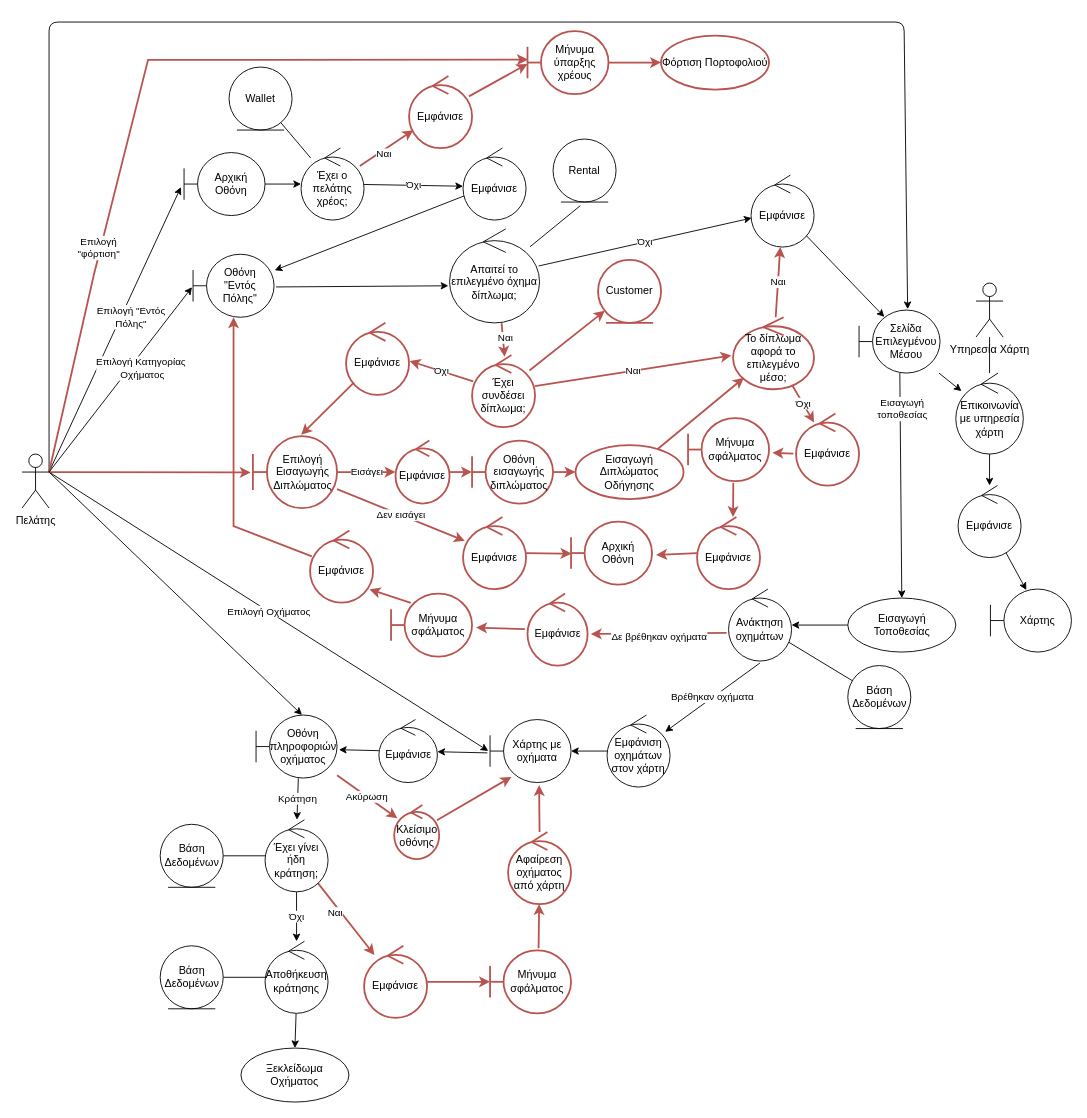
Earlier version of the draw.io diagram Part_4/Robustness/diagrams/01_Επιλογή_Μέσου_Μετακίνησης.drawio (Nikolis2002/texnoligia_logismikou). Source tidied: cells renumbered, new cells numbered last; positions are measured from the earlier drawing's top-left corner, leaving out a move shared by most shapes. Both pictures are drawn from the tidied source at 90%, with x=0, y=0 at pixel (22, 22).
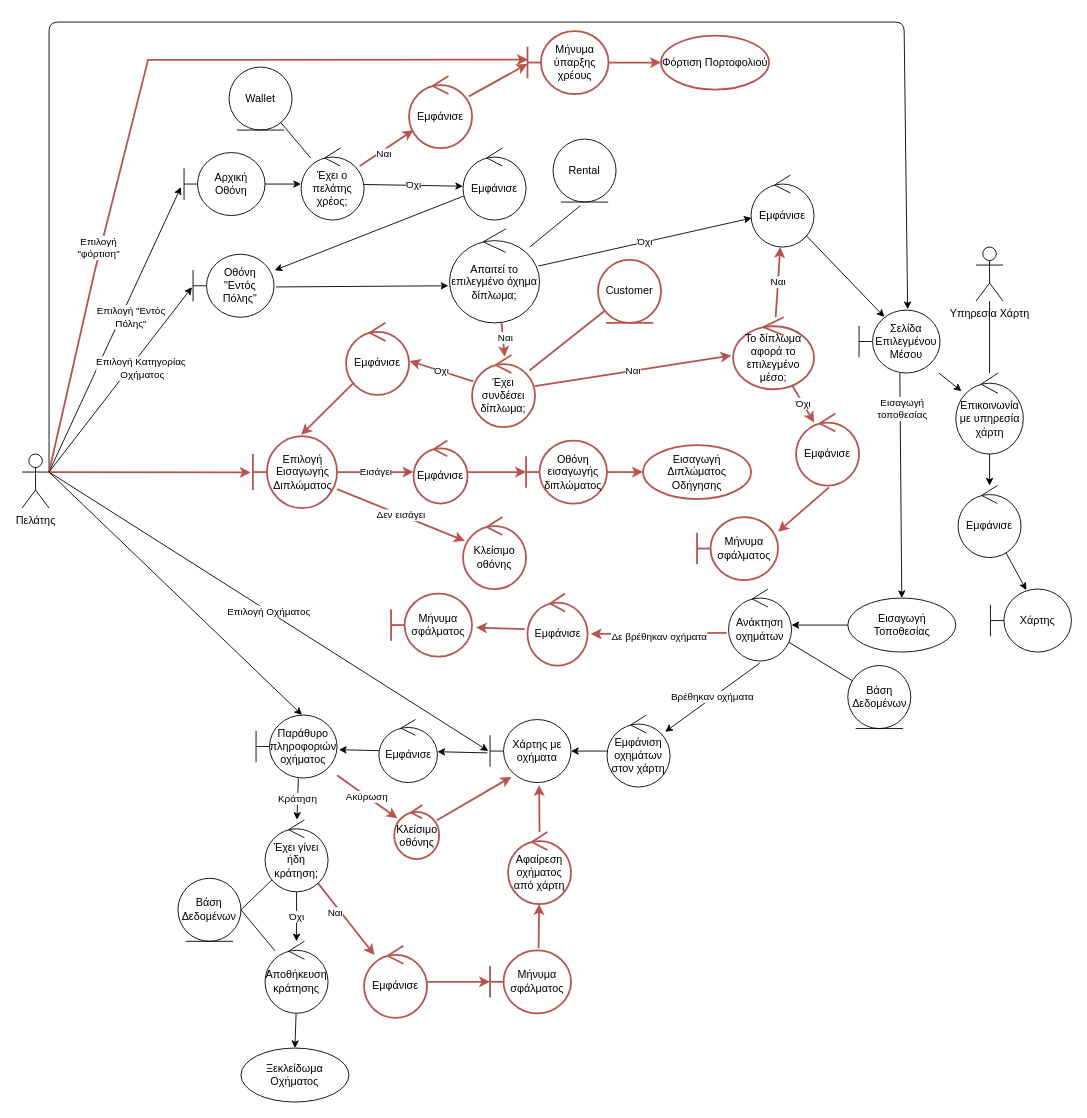
After the change.

The change refers to these unchanged cells:
```xml
<mxCell id="24" value="Οθόνη &quot;Εντός Πόλης&quot;" style="shape=umlBoundary;whiteSpace=wrap;html=1;" parent="1" vertex="1">
  <mxGeometry x="190" y="258" width="90" height="70" as="geometry" />
</mxCell>
<mxCell id="51" value="Έχει γίνει ήδη κράτηση;" style="ellipse;shape=umlControl;whiteSpace=wrap;html=1;" parent="1" vertex="1">
  <mxGeometry x="270" y="886.4" width="70" height="80" as="geometry" />
</mxCell>
<mxCell id="55" value="Αποθήκευση κράτησης" style="ellipse;shape=umlControl;whiteSpace=wrap;html=1;" parent="1" vertex="1">
  <mxGeometry x="270" y="1021.4" width="70" height="80" as="geometry" />
</mxCell>
<mxCell id="71" value="Έχει συνδέσει δίπλωμα;" style="ellipse;shape=umlControl;whiteSpace=wrap;html=1;fillColor=none;strokeColor=#b85450;strokeWidth=2;" parent="1" vertex="1">
  <mxGeometry x="500" y="370" width="70" height="80" as="geometry" />
</mxCell>
<mxCell id="72" value="Customer" style="ellipse;shape=umlEntity;whiteSpace=wrap;html=1;fillColor=none;strokeColor=#b85450;strokeWidth=2;" parent="1" vertex="1">
  <mxGeometry x="640" y="264.2" width="70" height="70" as="geometry" />
</mxCell>
<mxCell id="75" value="Το δίπλωμα αφορά το επιλεγμένο μέσο;" style="ellipse;shape=umlControl;whiteSpace=wrap;html=1;fillColor=none;strokeColor=#b85450;strokeWidth=2;" parent="1" vertex="1">
  <mxGeometry x="790" y="328" width="90" height="80" as="geometry" />
</mxCell>
<mxCell id="86" value="Εμφάνισε" style="ellipse;shape=umlControl;whiteSpace=wrap;html=1;fillColor=none;strokeColor=#b85450;strokeWidth=2;" parent="1" vertex="1">
  <mxGeometry x="860" y="435" width="70" height="80" as="geometry" />
</mxCell>
<mxCell id="104" value="Μήνυμα σφάλματος" style="shape=umlBoundary;whiteSpace=wrap;html=1;fillColor=none;strokeColor=#b85450;strokeWidth=2;" parent="1" vertex="1">
  <mxGeometry x="410" y="635" width="90" height="70" as="geometry" />
</mxCell>
```

Change to the diagram source:
```diff
@@
-    <mxCell id="45" value="Οθόνη πληροφοριών οχήματος" style="shape=umlBoundary;whiteSpace=wrap;html=1;" parent="1" vertex="1">
+    <mxCell id="45" value="Παράθυρο πληροφοριών οχήματος" style="shape=umlBoundary;whiteSpace=wrap;html=1;" parent="1" vertex="1">
       <mxGeometry x="260" y="770" width="90" height="70" as="geometry" />
     </mxCell>
@@
-    <mxCell id="47" style="edgeStyle=none;rounded=0;jettySize=auto;html=1;endArrow=none;endFill=0;" parent="1" edge="1" source="51" target="52">
+    <mxCell id="47" style="edgeStyle=none;rounded=0;jettySize=auto;html=1;endArrow=none;endFill=0;entryX=1;entryY=0.5;entryDx=0;entryDy=0;" parent="1" edge="1" source="51" target="52">
       <mxGeometry relative="1" as="geometry" />
     </mxCell>
@@
     <mxCell id="52" value="Βάση Δεδομένων" style="ellipse;shape=umlEntity;whiteSpace=wrap;html=1;" parent="1" vertex="1">
-      <mxGeometry x="153.5" y="891.4" width="70" height="70" as="geometry" />
+      <mxGeometry x="173.2" y="951.4" width="70" height="70" as="geometry" />
     </mxCell>
-    <mxCell id="53" style="edgeStyle=none;html=1;endArrow=none;endFill=0;" parent="1" edge="1" source="55" target="56">
-      <mxGeometry relative="1" as="geometry" />
-    </mxCell>
@@
+    <mxCell id="117" style="edgeStyle=none;html=1;entryX=1;entryY=0.5;entryDx=0;entryDy=0;endArrow=none;endFill=0;" parent="1" edge="1" source="55" target="52">
+      <mxGeometry relative="1" as="geometry" />
+    </mxCell>
@@
-    <mxCell id="56" value="Βάση Δεδομένων" style="ellipse;shape=umlEntity;whiteSpace=wrap;html=1;" parent="1" vertex="1">
-      <mxGeometry x="153.5" y="1026.4" width="70" height="70" as="geometry" />
-    </mxCell>
@@
-    <mxCell id="68" style="edgeStyle=none;html=1;rounded=0;strokeColor=#b85450;fillColor=#f8cecc;strokeWidth=2;" parent="1" edge="1" source="71" target="72">
+    <mxCell id="68" style="edgeStyle=none;html=1;rounded=0;strokeColor=#b85450;fillColor=#f8cecc;strokeWidth=2;endArrow=none;endFill=0;" parent="1" edge="1" source="71" target="72">
       <mxGeometry relative="1" as="geometry" />
     </mxCell>
@@
-    <mxCell id="81" style="edgeStyle=none;html=1;rounded=0;strokeColor=#b85450;fillColor=#f8cecc;strokeWidth=2;" parent="1" edge="1" source="82" target="75">
-      <mxGeometry relative="1" as="geometry" />
-    </mxCell>
     <mxCell id="82" value="Εισαγωγή Διπλώματος Οδήγησης" style="ellipse;whiteSpace=wrap;html=1;fillColor=none;strokeColor=#b85450;strokeWidth=2;" parent="1" vertex="1">
-      <mxGeometry x="615" y="470" width="120" height="60" as="geometry" />
+      <mxGeometry x="690" y="470" width="120" height="60" as="geometry" />
     </mxCell>
-    <mxCell id="83" style="edgeStyle=none;html=1;entryX=0.005;entryY=0.509;entryDx=0;entryDy=0;entryPerimeter=0;rounded=0;strokeColor=#b85450;fillColor=#f8cecc;strokeWidth=2;" parent="1" edge="1" source="84" target="85">
-      <mxGeometry relative="1" as="geometry" />
-    </mxCell>
-    <mxCell id="84" value="Εμφάνισε" style="ellipse;shape=umlControl;whiteSpace=wrap;html=1;fillColor=none;strokeColor=#b85450;strokeWidth=2;" parent="1" vertex="1">
+    <mxCell id="84" value="Κλείσιμο οθόνης" style="ellipse;shape=umlControl;whiteSpace=wrap;html=1;fillColor=none;strokeColor=#b85450;strokeWidth=2;" parent="1" vertex="1">
       <mxGeometry x="490" y="550" width="70" height="80" as="geometry" />
     </mxCell>
-    <mxCell id="85" value="Αρχική Οθόνη" style="shape=umlBoundary;whiteSpace=wrap;html=1;fillColor=none;strokeColor=#b85450;strokeWidth=2;" parent="1" vertex="1">
-      <mxGeometry x="610" y="555" width="90" height="70" as="geometry" />
-    </mxCell>
@@
-    <mxCell id="87" style="edgeStyle=none;html=1;rounded=0;strokeColor=#b85450;fillColor=#f8cecc;strokeWidth=2;exitX=0.029;exitY=0.358;exitDx=0;exitDy=0;exitPerimeter=0;" parent="1" edge="1" source="105" target="24">
-      <mxGeometry relative="1" as="geometry">
-        <Array as="points">
-          <mxPoint x="235" y="560" />
-          <mxPoint x="235" y="450" />
-        </Array>
-      </mxGeometry>
-    </mxCell>
@@
     <mxCell id="98" value="Υπηρεσία Χάρτη" style="shape=umlActor;verticalLabelPosition=bottom;verticalAlign=top;html=1;" parent="1" vertex="1">
-      <mxGeometry x="1060" y="290" width="30" height="60" as="geometry" />
+      <mxGeometry x="1060" y="250" width="30" height="60" as="geometry" />
     </mxCell>
     <mxCell id="99" value="Μήνυμα σφάλματος" style="shape=umlBoundary;whiteSpace=wrap;html=1;fillColor=none;strokeColor=#b85450;strokeWidth=2;" parent="1" vertex="1">
-      <mxGeometry x="740" y="440" width="90" height="70" as="geometry" />
+      <mxGeometry x="750" y="550" width="90" height="70" as="geometry" />
     </mxCell>
-    <mxCell id="100" style="edgeStyle=none;html=1;rounded=0;strokeColor=#b85450;fillColor=#f8cecc;strokeWidth=2;exitX=-0.043;exitY=0.556;exitDx=0;exitDy=0;exitPerimeter=0;entryX=1.041;entryY=0.552;entryDx=0;entryDy=0;entryPerimeter=0;" parent="1" edge="1" source="86" target="99">
+    <mxCell id="100" style="edgeStyle=none;html=1;rounded=0;strokeColor=#b85450;fillColor=#f8cecc;strokeWidth=2;exitX=0.523;exitY=1.026;exitDx=0;exitDy=0;exitPerimeter=0;entryX=0.999;entryY=0.234;entryDx=0;entryDy=0;entryPerimeter=0;" parent="1" edge="1" source="86" target="99">
       <mxGeometry relative="1" as="geometry" />
     </mxCell>
-    <mxCell id="101" value="Εμφάνισε" style="ellipse;shape=umlControl;whiteSpace=wrap;html=1;fillColor=none;strokeColor=#b85450;strokeWidth=2;" parent="1" vertex="1">
-      <mxGeometry x="750" y="550" width="70" height="80" as="geometry" />
-    </mxCell>
-    <mxCell id="102" style="edgeStyle=none;html=1;rounded=0;strokeColor=#b85450;fillColor=#f8cecc;strokeWidth=2;exitX=0.559;exitY=1.029;exitDx=0;exitDy=0;exitPerimeter=0;entryX=0.571;entryY=0;entryDx=0;entryDy=0;entryPerimeter=0;" parent="1" edge="1" source="99" target="101">
-      <mxGeometry relative="1" as="geometry" />
-    </mxCell>
-    <mxCell id="103" style="edgeStyle=none;html=1;rounded=0;strokeColor=#b85450;fillColor=#f8cecc;strokeWidth=2;exitX=0;exitY=0.5;exitDx=0;exitDy=0;exitPerimeter=0;entryX=1.05;entryY=0.529;entryDx=0;entryDy=0;entryPerimeter=0;" parent="1" edge="1" source="101" target="85">
-      <mxGeometry relative="1" as="geometry" />
-    </mxCell>
@@
-    <mxCell id="105" value="Εμφάνισε" style="ellipse;shape=umlControl;whiteSpace=wrap;html=1;fillColor=none;strokeColor=#b85450;strokeWidth=2;" parent="1" vertex="1">
-      <mxGeometry x="320" y="565" width="70" height="80" as="geometry" />
-    </mxCell>
@@
-    <mxCell id="107" style="edgeStyle=none;html=1;rounded=0;strokeColor=#b85450;fillColor=#f8cecc;strokeWidth=2;entryX=0.945;entryY=0.817;entryDx=0;entryDy=0;entryPerimeter=0;exitX=0.244;exitY=0.148;exitDx=0;exitDy=0;exitPerimeter=0;" parent="1" edge="1" source="104" target="105">
-      <mxGeometry relative="1" as="geometry" />
-    </mxCell>
@@
     <mxCell id="110" value="Εμφάνισε" style="ellipse;shape=umlControl;whiteSpace=wrap;html=1;fillColor=none;strokeColor=#b85450;strokeWidth=2;" parent="1" vertex="1">
-      <mxGeometry x="415" y="465" width="60" height="70" as="geometry" />
+      <mxGeometry x="435" y="465" width="60" height="70" as="geometry" />
     </mxCell>
@@
     <mxCell id="112" value="Οθόνη εισαγωγής διπλώματος" style="shape=umlBoundary;whiteSpace=wrap;html=1;fillColor=none;strokeColor=#b85450;strokeWidth=2;" parent="1" vertex="1">
-      <mxGeometry x="500" y="465" width="90" height="70" as="geometry" />
+      <mxGeometry x="560" y="465" width="90" height="70" as="geometry" />
     </mxCell>
```
